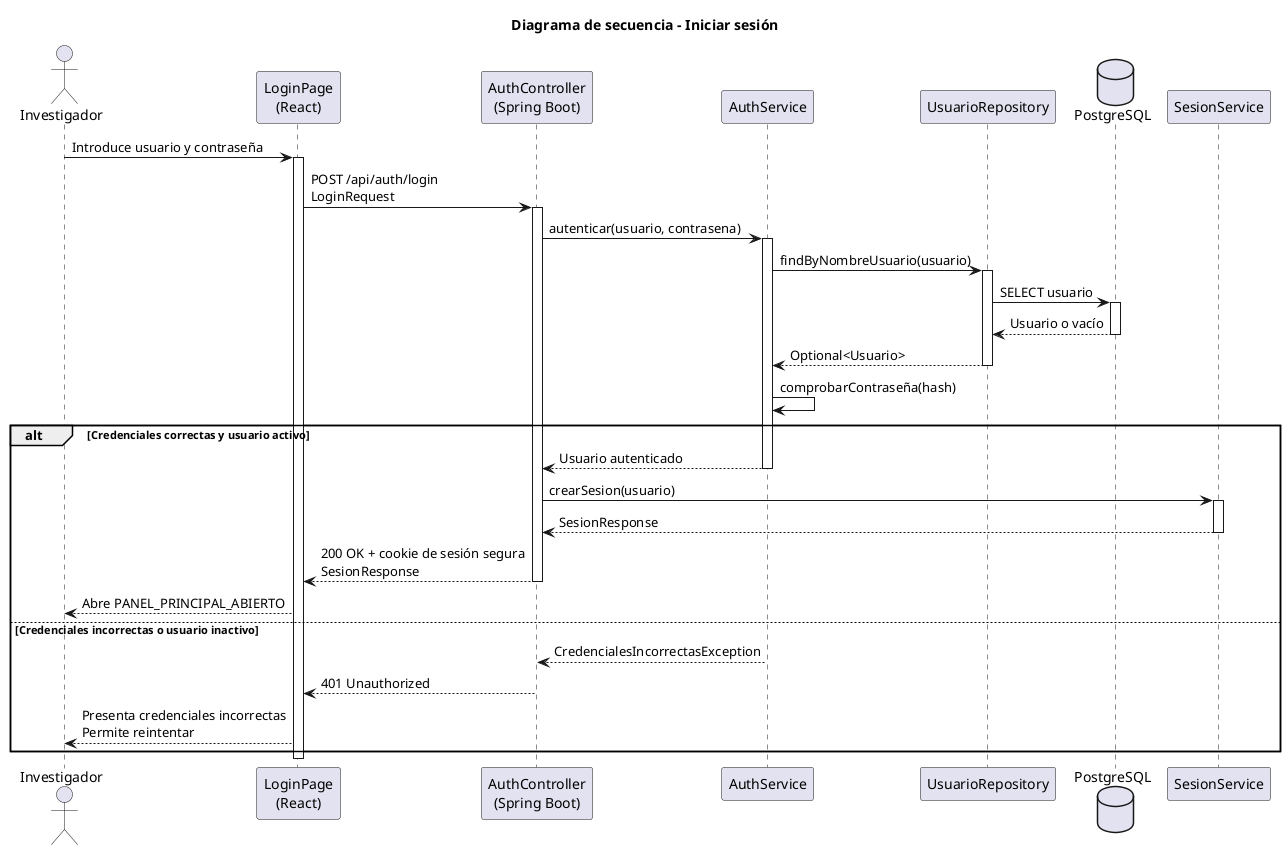
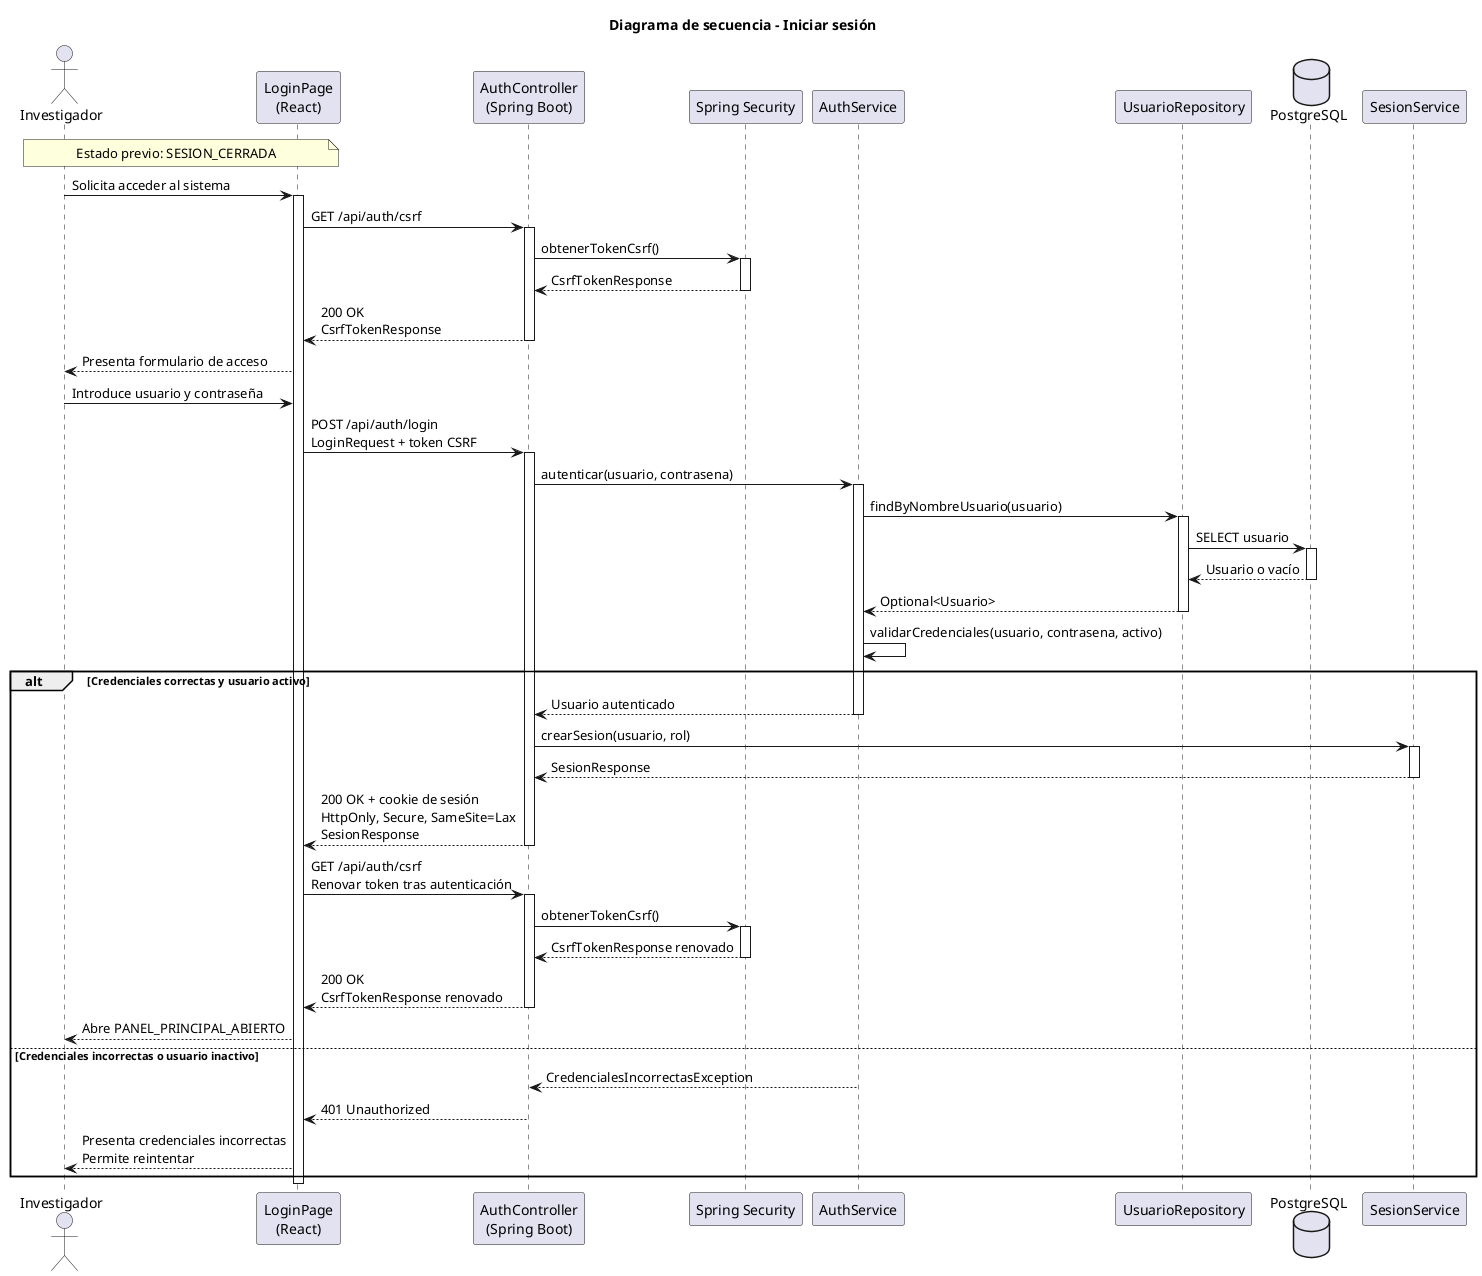
@startuml iniciarSesion-diseño
title Diagrama de secuencia - Iniciar sesión

actor Investigador
participant "LoginPage\n(React)" as Frontend
participant "AuthController\n(Spring Boot)" as Api
+ participant "Spring Security" as Security
participant "AuthService" as Auth
participant "UsuarioRepository" as Repo
database "PostgreSQL" as Database
participant "SesionService" as Sesion

+ note over Investigador, Frontend
+ Estado previo: SESION_CERRADA
+ end note
+ 
+ Investigador -> Frontend: Solicita acceder al sistema
+ activate Frontend
+ Frontend -> Api: GET /api/auth/csrf
+ activate Api
+ Api -> Security: obtenerTokenCsrf()
+ activate Security
+ Security --> Api: CsrfTokenResponse
+ deactivate Security
+ Api --> Frontend: 200 OK\nCsrfTokenResponse
+ deactivate Api
+ Frontend --> Investigador: Presenta formulario de acceso
Investigador -> Frontend: Introduce usuario y contraseña
- activate Frontend
- Frontend -> Api: POST /api/auth/login\nLoginRequest
+ Frontend -> Api: POST /api/auth/login\nLoginRequest + token CSRF
activate Api
Api -> Auth: autenticar(usuario, contrasena)
activate Auth
Auth -> Repo: findByNombreUsuario(usuario)
activate Repo
Repo -> Database: SELECT usuario
activate Database
Database --> Repo: Usuario o vacío
deactivate Database
Repo --> Auth: Optional<Usuario>
deactivate Repo
- Auth -> Auth: comprobarContraseña(hash)
+ Auth -> Auth: validarCredenciales(usuario, contrasena, activo)

alt Credenciales correctas y usuario activo
    Auth --> Api: Usuario autenticado
    deactivate Auth
-     Api -> Sesion: crearSesion(usuario)
+     Api -> Sesion: crearSesion(usuario, rol)
    activate Sesion
    Sesion --> Api: SesionResponse
    deactivate Sesion
-     Api --> Frontend: 200 OK + cookie de sesión segura\nSesionResponse
+     Api --> Frontend: 200 OK + cookie de sesión\nHttpOnly, Secure, SameSite=Lax\nSesionResponse
+     deactivate Api
+     Frontend -> Api: GET /api/auth/csrf\nRenovar token tras autenticación
+     activate Api
+     Api -> Security: obtenerTokenCsrf()
+     activate Security
+     Security --> Api: CsrfTokenResponse renovado
+     deactivate Security
+     Api --> Frontend: 200 OK\nCsrfTokenResponse renovado
    deactivate Api
    Frontend --> Investigador: Abre PANEL_PRINCIPAL_ABIERTO
else Credenciales incorrectas o usuario inactivo
    Auth --> Api: CredencialesIncorrectasException
    deactivate Auth
    Api --> Frontend: 401 Unauthorized
    deactivate Api
    Frontend --> Investigador: Presenta credenciales incorrectas\nPermite reintentar
end
deactivate Frontend

@enduml
